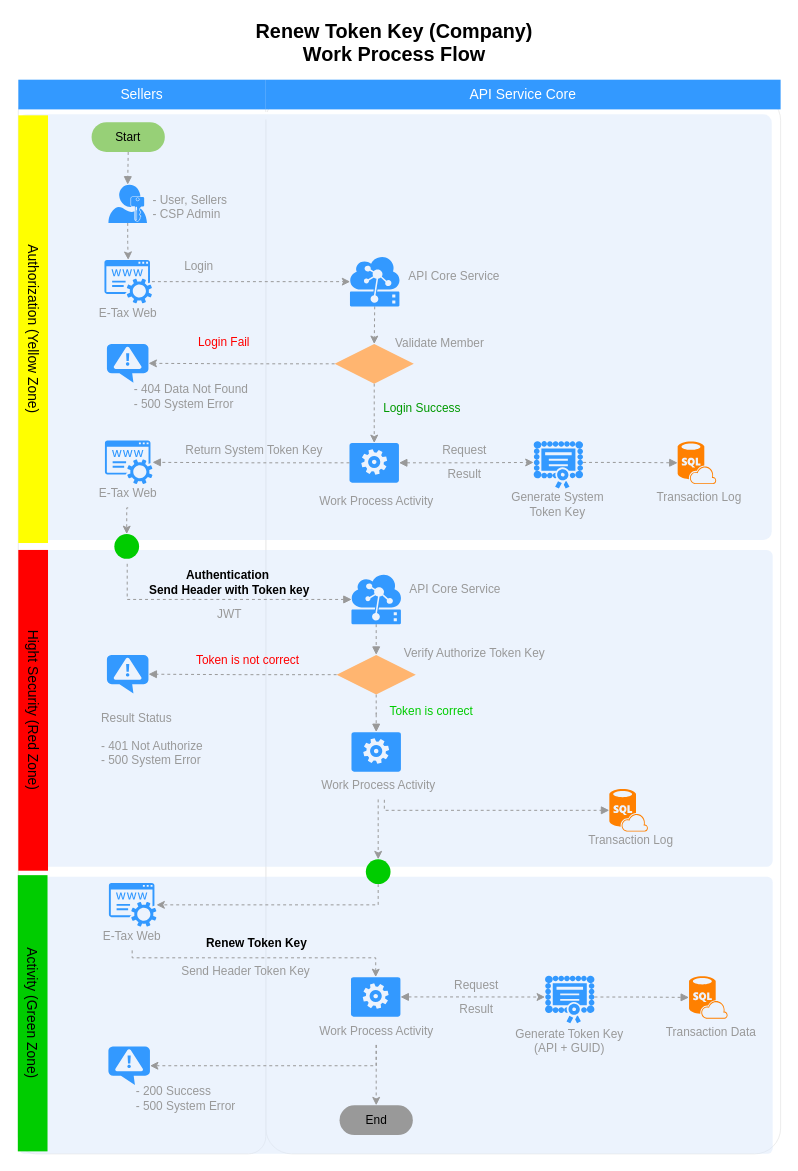
The draw.io diagram Register Renew Token-Key.drawio in nirawat/eTax, before the edit. Source tidied: cells renumbered, new cells numbered last; positions are measured from the earlier drawing's top-left corner, leaving out a move shared by most shapes. Both pictures are drawn from the tidied source at 99%, with x=0, y=0 at pixel (-181, 17).
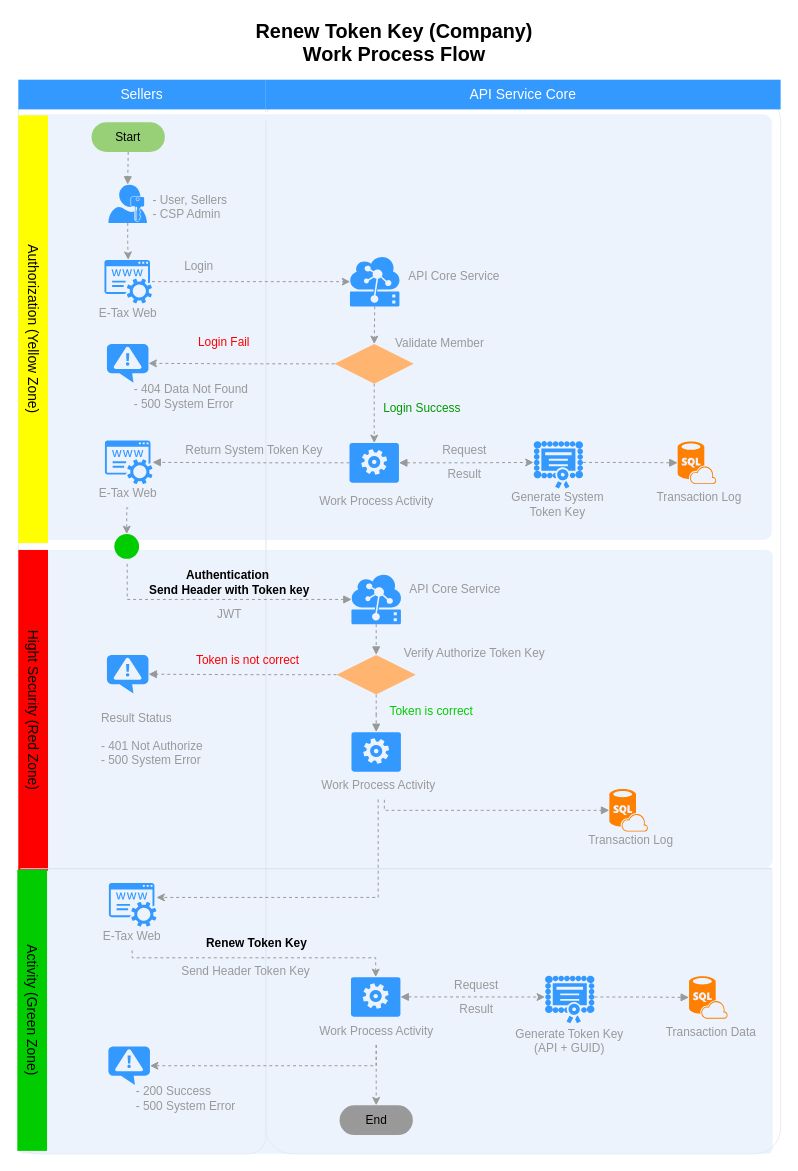
The same diagram, later.

The change refers to these unchanged cells:
```xml
<mxCell id="53" value="Work Process Activity&lt;br&gt;" style="text;html=1;strokeColor=none;fillColor=none;align=center;verticalAlign=middle;whiteSpace=wrap;rounded=0;fontSize=12;fontColor=#999999;" parent="51" vertex="1">
  <mxGeometry y="7" width="160" height="29" as="geometry" />
</mxCell>
<mxCell id="98" style="shadow=0;dashed=0;html=1;strokeColor=none;fillColor=#3399FF;labelPosition=center;verticalLabelPosition=bottom;verticalAlign=top;outlineConnect=0;align=center;shape=mxgraph.office.services.registrar_service;" parent="97" vertex="1">
  <mxGeometry x="31.5" y="-1" width="48" height="44" as="geometry" />
</mxCell>
```

The edit, as a diff of the source:
```diff
@@
     <mxCell id="5" style="rounded=1;whiteSpace=wrap;html=1;strokeColor=none;strokeWidth=1;fillColor=#dae8fc;fontSize=12;align=center;arcSize=2;opacity=50;" parent="1" vertex="1">
-      <mxGeometry x="202" y="868" width="761" height="280" as="geometry" />
+      <mxGeometry x="202" y="858" width="761" height="290" as="geometry" />
     </mxCell>
@@
-    <mxCell id="59" style="edgeStyle=orthogonalEdgeStyle;rounded=0;orthogonalLoop=1;jettySize=auto;html=1;exitX=0.5;exitY=1;exitDx=0;exitDy=0;entryX=0.5;entryY=0;entryDx=0;entryDy=0;dashed=1;strokeColor=#999999;" parent="1" edge="1" source="78" target="78">
-      <mxGeometry relative="1" as="geometry" />
-    </mxCell>
@@
     <mxCell id="72" value="Activity (Green Zone)" style="whiteSpace=wrap;html=1;dashed=1;strokeColor=none;strokeWidth=2;fillColor=#00CC00;fontFamily=Helvetica;fontSize=14;fontColor=#000000;fontStyle=0;rotation=90;" parent="1" vertex="1">
-      <mxGeometry x="76" y="991" width="279" height="30" as="geometry" />
+      <mxGeometry x="73" y="988" width="284" height="30" as="geometry" />
     </mxCell>
@@
-    <mxCell id="77" style="edgeStyle=orthogonalEdgeStyle;rounded=0;jettySize=auto;html=1;exitX=0.5;exitY=1;exitDx=0;exitDy=0;fontColor=#009900;strokeColor=#999999;dashed=1;" parent="1" edge="1" source="78" target="98">
-      <mxGeometry relative="1" as="geometry" />
-    </mxCell>
-    <mxCell id="78" style="ellipse;whiteSpace=wrap;html=1;fillColor=#00CC00;fontColor=#000000;align=center;strokeColor=none;" parent="1" vertex="1">
-      <mxGeometry x="552" y="850.5" width="25" height="25" as="geometry" />
-    </mxCell>
-    <mxCell id="79" style="edgeStyle=orthogonalEdgeStyle;rounded=0;jettySize=auto;html=1;exitX=0.5;exitY=1;exitDx=0;exitDy=0;entryX=0.5;entryY=0;entryDx=0;entryDy=0;dashed=1;strokeColor=#999999;entryPerimeter=0;" parent="1" edge="1" source="53" target="78">
-      <mxGeometry relative="1" as="geometry" />
+    <mxCell id="79" style="edgeStyle=orthogonalEdgeStyle;rounded=0;jettySize=auto;html=1;exitX=0.5;exitY=1;exitDx=0;exitDy=0;dashed=1;strokeColor=#999999;" parent="1" edge="1" source="53" target="98">
+      <mxGeometry relative="1" as="geometry">
+        <Array as="points">
+          <mxPoint x="565" y="889" />
+        </Array>
+      </mxGeometry>
     </mxCell>
@@
+    <mxCell id="106" style="endArrow=none;html=1;strokeColor=#D4E1F5;fontColor=#000000;" parent="1" edge="1">
+      <mxGeometry relative="1" as="geometry">
+        <mxPoint x="203" y="860" as="sourcePoint" />
+        <mxPoint x="963" y="860" as="targetPoint" />
+      </mxGeometry>
+    </mxCell>
```
